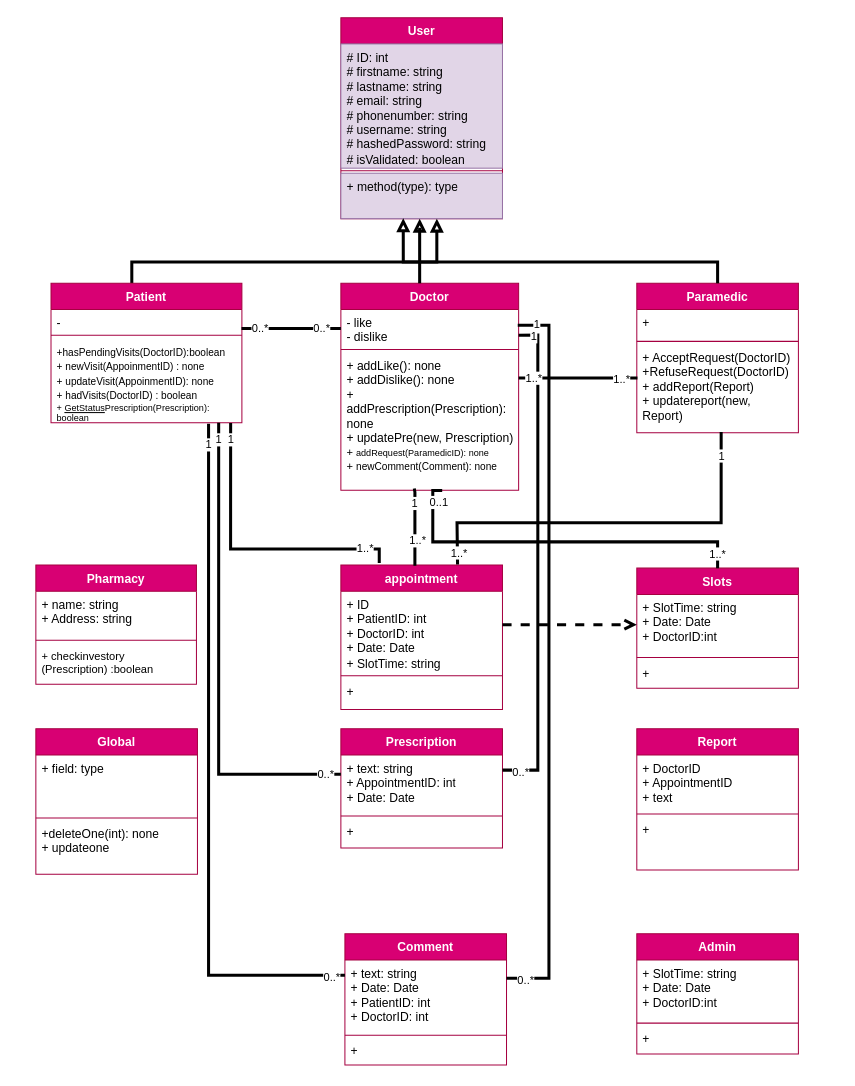
Before: page "Class Diagram" (1 of 2) of Class Digram & CRC cards/Class Diagram.drawio in Matinrezaei/Software-Lab, a draw.io diagram. Source tidied: cells renumbered, new cells numbered last; positions are measured from the earlier drawing's top-left corner, leaving out a move shared by most shapes. Both pictures are drawn from the tidied source at 101%, with x=0, y=0 at pixel (35, 17).
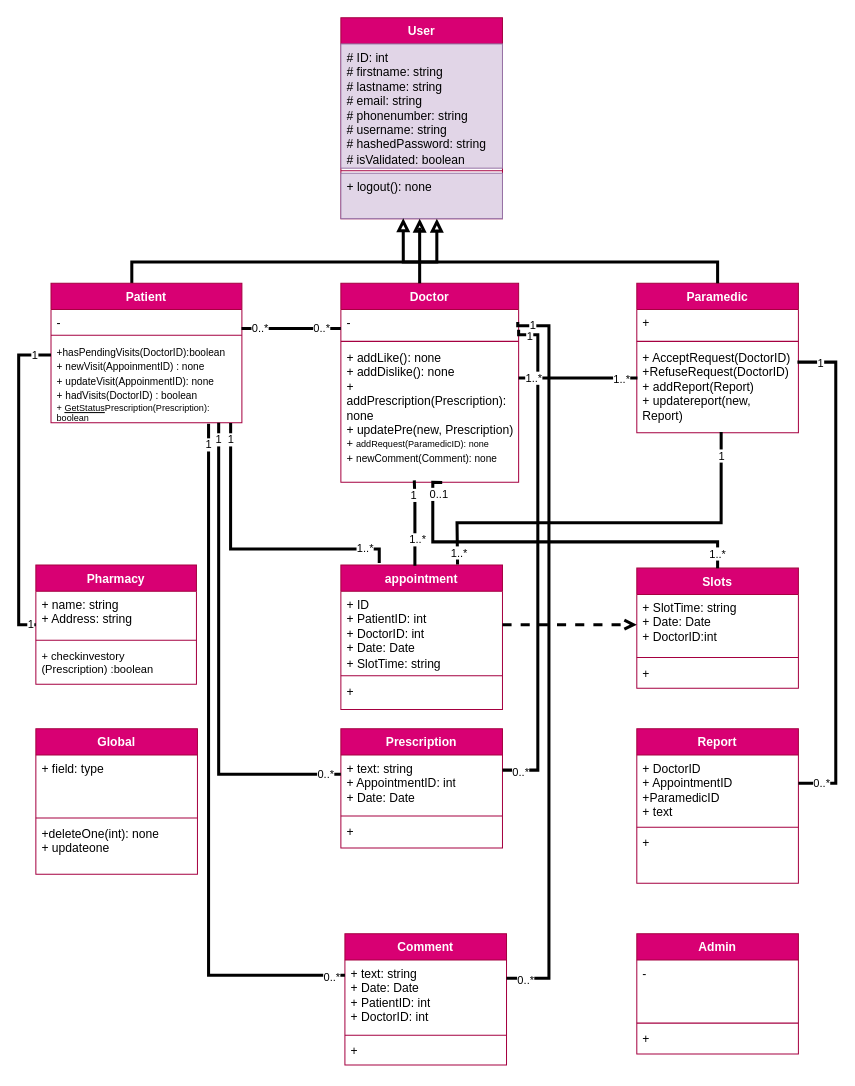
After the change.

Unchanged cells that the change refers to:
```xml
<mxCell id="2" value="User" style="swimlane;fontStyle=1;align=center;verticalAlign=top;horizontal=1;startSize=26;whiteSpace=wrap;html=1;fillColor=#d80073;fontColor=#ffffff;strokeColor=#A50040;" parent="1" vertex="1">
  <mxGeometry x="302" width="160" height="199" as="geometry" />
</mxCell>
<mxCell id="10" value="&lt;div&gt;&lt;font size=&quot;1&quot;&gt;+hasPendingVisits(DoctorID):boolean&lt;/font&gt;&lt;/div&gt;&lt;div&gt;&lt;font size=&quot;1&quot;&gt;+ newVisit(AppoinmentID) : none&lt;br&gt;&lt;/font&gt;&lt;/div&gt;&lt;div&gt;&lt;font size=&quot;1&quot;&gt;+ updateVisit(&lt;/font&gt;&lt;font size=&quot;1&quot;&gt;AppoinmentID): none&lt;br&gt;&lt;/font&gt;&lt;/div&gt;&lt;div&gt;&lt;font size=&quot;1&quot;&gt;+ hadVisits(DoctorID) : boolean&lt;br&gt;&lt;/font&gt;&lt;/div&gt;&lt;div style=&quot;font-size: 9px;&quot;&gt;+ &lt;u&gt;GetStatus&lt;/u&gt;&lt;span&gt;&lt;span lang=&quot;EN&quot;&gt;Prescription&lt;/span&gt;&lt;/span&gt;(&lt;span&gt;&lt;span lang=&quot;EN&quot;&gt;P&lt;/span&gt;&lt;/span&gt;&lt;span&gt;&lt;span lang=&quot;EN&quot;&gt;rescription&lt;/span&gt;&lt;/span&gt;&lt;span&gt;): boolean&lt;br&gt;&lt;/span&gt;&lt;/div&gt;" style="text;strokeColor=none;fillColor=none;align=left;verticalAlign=top;spacingLeft=4;spacingRight=4;overflow=hidden;points=[[0,0.5],[1,0.5]];portConstraint=eastwest;whiteSpace=wrap;html=1;" parent="7" vertex="1">
  <mxGeometry y="54" width="189" height="84" as="geometry" />
</mxCell>
<mxCell id="14" value="&lt;div&gt;+ AcceptRequest(DoctorID)&lt;/div&gt;&lt;div&gt;+RefuseRequest(DoctorID)&lt;/div&gt;&lt;div&gt;+ addReport(Report)&lt;br&gt;&lt;/div&gt;&lt;div&gt;+ updatereport(new, Report)&lt;br&gt;&lt;/div&gt;" style="text;strokeColor=none;fillColor=none;align=left;verticalAlign=top;spacingLeft=4;spacingRight=4;overflow=hidden;points=[[0,0.5],[1,0.5]];portConstraint=eastwest;whiteSpace=wrap;html=1;" parent="11" vertex="1">
  <mxGeometry y="60" width="160" height="88" as="geometry" />
</mxCell>
<mxCell id="54" value="Pharmacy" style="swimlane;fontStyle=1;align=center;verticalAlign=top;horizontal=1;startSize=26;whiteSpace=wrap;html=1;fillColor=#d80073;fontColor=#ffffff;strokeColor=#A50040;" parent="1" vertex="1">
  <mxGeometry y="542" width="159" height="118" as="geometry" />
</mxCell>
<mxCell id="69" value="Admin" style="swimlane;fontStyle=1;align=center;verticalAlign=top;horizontal=1;startSize=26;whiteSpace=wrap;html=1;fillColor=#d80073;fontColor=#ffffff;strokeColor=#A50040;" parent="1" vertex="1">
  <mxGeometry x="595" y="907" width="160" height="119" as="geometry" />
</mxCell>
```

The edit, as a diff of the source:
```diff
@@
-    <mxCell id="5" value="&lt;div&gt;+ method(type): type&lt;/div&gt;&lt;div&gt;&lt;br&gt;&lt;/div&gt;" style="text;strokeColor=#9673a6;fillColor=#e1d5e7;align=left;verticalAlign=top;spacingLeft=4;spacingRight=4;overflow=hidden;points=[[0,0.5],[1,0.5]];portConstraint=eastwest;whiteSpace=wrap;html=1;" parent="2" vertex="1">
+    <mxCell id="5" value="+ logout(): none" style="text;strokeColor=#9673a6;fillColor=#e1d5e7;align=left;verticalAlign=top;spacingLeft=4;spacingRight=4;overflow=hidden;points=[[0,0.5],[1,0.5]];portConstraint=eastwest;whiteSpace=wrap;html=1;" parent="2" vertex="1">
       <mxGeometry y="154" width="160" height="45" as="geometry" />
     </mxCell>
@@
     <mxCell id="15" value="Doctor" style="swimlane;fontStyle=1;align=center;verticalAlign=top;horizontal=1;startSize=26;whiteSpace=wrap;html=1;fillColor=#d80073;fontColor=#ffffff;strokeColor=#A50040;" parent="1" vertex="1">
-      <mxGeometry x="302" y="263" width="176" height="205" as="geometry" />
+      <mxGeometry x="302" y="263" width="176" height="197" as="geometry" />
     </mxCell>
-    <mxCell id="16" value="&lt;div&gt;- like&lt;/div&gt;&lt;div&gt;- dislike&lt;br&gt;&lt;/div&gt;" style="text;strokeColor=none;fillColor=none;align=left;verticalAlign=top;spacingLeft=4;spacingRight=4;overflow=hidden;points=[[0,0.5],[1,0.5]];portConstraint=eastwest;whiteSpace=wrap;html=1;" parent="15" vertex="1">
-      <mxGeometry y="26" width="176" height="37" as="geometry" />
+    <mxCell id="16" value="-" style="text;strokeColor=none;fillColor=none;align=left;verticalAlign=top;spacingLeft=4;spacingRight=4;overflow=hidden;points=[[0,0.5],[1,0.5]];portConstraint=eastwest;whiteSpace=wrap;html=1;" parent="15" vertex="1">
+      <mxGeometry y="26" width="176" height="29" as="geometry" />
     </mxCell>
     <mxCell id="17" style="line;strokeWidth=1;fillColor=none;align=left;verticalAlign=middle;spacingTop=-1;spacingLeft=3;spacingRight=3;labelPosition=right;strokeColor=inherit;" parent="15" vertex="1">
-      <mxGeometry y="63" width="176" height="5" as="geometry" />
+      <mxGeometry y="55" width="176" height="5" as="geometry" />
     </mxCell>
     <mxCell id="18" value="&lt;div&gt;+ addLike(): none&lt;/div&gt;&lt;div&gt;+ addDislike(): none&lt;br&gt;&lt;/div&gt;&lt;div&gt;+ addPrescription(Prescription): none&lt;/div&gt;&lt;div&gt;+ updatePre(new, Prescription) &lt;br&gt;&lt;/div&gt;&lt;div style=&quot;font-size: 11px;&quot;&gt;&lt;font style=&quot;font-size: 11px;&quot;&gt;+ &lt;/font&gt;&lt;font style=&quot;font-size: 9px;&quot;&gt;addRequest(ParamedicID): none&lt;/font&gt;&lt;/div&gt;&lt;div style=&quot;font-size: 11px;&quot;&gt;&lt;font style=&quot;font-size: 11px;&quot;&gt;+ &lt;/font&gt;&lt;font style=&quot;font-size: 10px;&quot;&gt;newComment(Comment): none&lt;/font&gt;&lt;br&gt;&lt;/div&gt;" style="text;strokeColor=none;fillColor=none;align=left;verticalAlign=top;spacingLeft=4;spacingRight=4;overflow=hidden;points=[[0,0.5],[1,0.5]];portConstraint=eastwest;whiteSpace=wrap;html=1;" parent="15" vertex="1">
-      <mxGeometry y="68" width="176" height="137" as="geometry" />
+      <mxGeometry y="60" width="176" height="137" as="geometry" />
     </mxCell>
@@
-    <mxCell id="70" value="&lt;div&gt;+ SlotTime: string&lt;/div&gt;&lt;div&gt;+ Date: Date&lt;/div&gt;&lt;div&gt;+ DoctorID:int&lt;br&gt;&lt;/div&gt;" style="text;strokeColor=none;fillColor=none;align=left;verticalAlign=top;spacingLeft=4;spacingRight=4;overflow=hidden;whiteSpace=wrap;html=1;" parent="69" vertex="1">
+    <mxCell id="70" value="-" style="text;strokeColor=none;fillColor=none;align=left;verticalAlign=top;spacingLeft=4;spacingRight=4;overflow=hidden;whiteSpace=wrap;html=1;" parent="69" vertex="1">
       <mxGeometry y="26" width="160" height="60" as="geometry" />
     </mxCell>
@@
     <mxCell id="73" value="Report" style="swimlane;fontStyle=1;align=center;verticalAlign=top;horizontal=1;startSize=26;whiteSpace=wrap;html=1;fillColor=#d80073;fontColor=#ffffff;strokeColor=#A50040;" parent="1" vertex="1">
-      <mxGeometry x="595" y="704" width="160" height="140" as="geometry" />
+      <mxGeometry x="595" y="704" width="160" height="153" as="geometry" />
     </mxCell>
-    <mxCell id="74" value="&lt;div&gt;+ DoctorID&lt;/div&gt;&lt;div&gt;+ AppointmentID&lt;/div&gt;&lt;div&gt;+ text&lt;br&gt;&lt;/div&gt;" style="text;strokeColor=none;fillColor=none;align=left;verticalAlign=top;spacingLeft=4;spacingRight=4;overflow=hidden;points=[[0,0.5],[1,0.5]];portConstraint=eastwest;whiteSpace=wrap;html=1;" parent="73" vertex="1">
-      <mxGeometry y="26" width="160" height="56" as="geometry" />
+    <mxCell id="74" value="&lt;div&gt;+ DoctorID&lt;/div&gt;&lt;div&gt;+ AppointmentID&lt;/div&gt;&lt;div&gt;+ParamedicID&lt;br&gt;&lt;/div&gt;&lt;div&gt;+ text&lt;br&gt;&lt;/div&gt;" style="text;strokeColor=none;fillColor=none;align=left;verticalAlign=top;spacingLeft=4;spacingRight=4;overflow=hidden;points=[[0,0.5],[1,0.5]];portConstraint=eastwest;whiteSpace=wrap;html=1;" parent="73" vertex="1">
+      <mxGeometry y="26" width="160" height="69" as="geometry" />
     </mxCell>
     <mxCell id="75" style="line;strokeWidth=1;fillColor=none;align=left;verticalAlign=middle;spacingTop=-1;spacingLeft=3;spacingRight=3;labelPosition=right;strokeColor=inherit;" parent="73" vertex="1">
-      <mxGeometry y="82" width="160" height="5" as="geometry" />
+      <mxGeometry y="95" width="160" height="5" as="geometry" />
     </mxCell>
     <mxCell id="76" value="+ " style="text;strokeColor=none;fillColor=none;align=left;verticalAlign=top;spacingLeft=4;spacingRight=4;overflow=hidden;whiteSpace=wrap;html=1;" parent="73" vertex="1">
-      <mxGeometry y="87" width="160" height="53" as="geometry" />
+      <mxGeometry y="100" width="160" height="53" as="geometry" />
     </mxCell>
@@
+    <mxCell id="84" style="edgeStyle=orthogonalEdgeStyle;rounded=0;jettySize=auto;html=1;entryX=0.994;entryY=0.205;entryDx=0;entryDy=0;entryPerimeter=0;strokeWidth=3;endArrow=none;endFill=0;" parent="1" edge="1" source="74" target="14">
+      <mxGeometry relative="1" as="geometry">
+        <Array as="points">
+          <mxPoint x="792" y="758" />
+          <mxPoint x="792" y="341" />
+        </Array>
+      </mxGeometry>
+    </mxCell>
+    <mxCell id="85" value="1" style="edgeLabel;html=1;align=center;verticalAlign=middle;" parent="84" vertex="1">
+      <mxGeometry x="0.91" relative="1" as="geometry" />
+    </mxCell>
+    <mxCell id="86" value="0..*" style="edgeLabel;html=1;align=center;verticalAlign=middle;" parent="84" vertex="1">
+      <mxGeometry x="-0.91" y="1" relative="1" as="geometry" />
+    </mxCell>
+    <mxCell id="87" style="edgeStyle=orthogonalEdgeStyle;rounded=0;jettySize=auto;html=1;entryX=0;entryY=0.202;entryDx=0;entryDy=0;entryPerimeter=0;strokeWidth=3;endArrow=none;endFill=0;" parent="1" edge="1" source="54" target="10">
+      <mxGeometry relative="1" as="geometry">
+        <Array as="points">
+          <mxPoint x="-17" y="601" />
+          <mxPoint x="-17" y="334" />
+        </Array>
+      </mxGeometry>
+    </mxCell>
+    <mxCell id="88" value="1" style="edgeLabel;html=1;align=center;verticalAlign=middle;" parent="87" vertex="1">
+      <mxGeometry x="0.9" relative="1" as="geometry" />
+    </mxCell>
+    <mxCell id="89" value="1" style="edgeLabel;html=1;align=center;verticalAlign=middle;" parent="87" vertex="1">
+      <mxGeometry x="-0.96" y="-1" relative="1" as="geometry" />
+    </mxCell>
```
